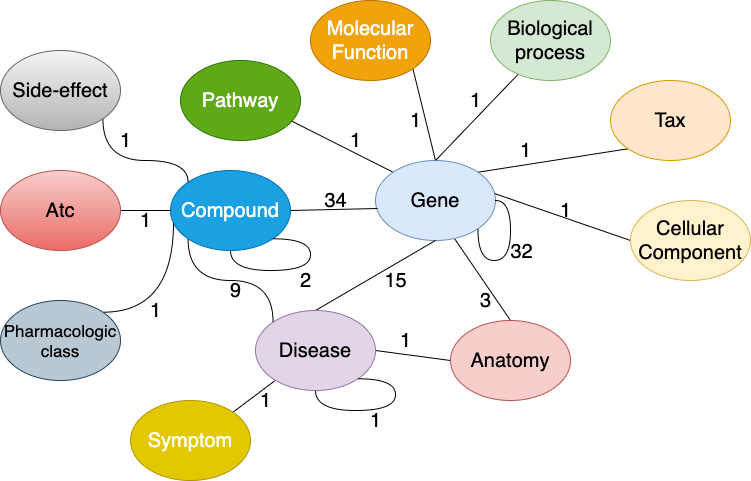
This is connectivity.png from gnn4dr/DRKG, a draw.io export, as it was before one commit. Source tidied: cells renumbered, new cells last; positions are measured from the earlier drawing's top-left corner, leaving out a move shared by most shapes.
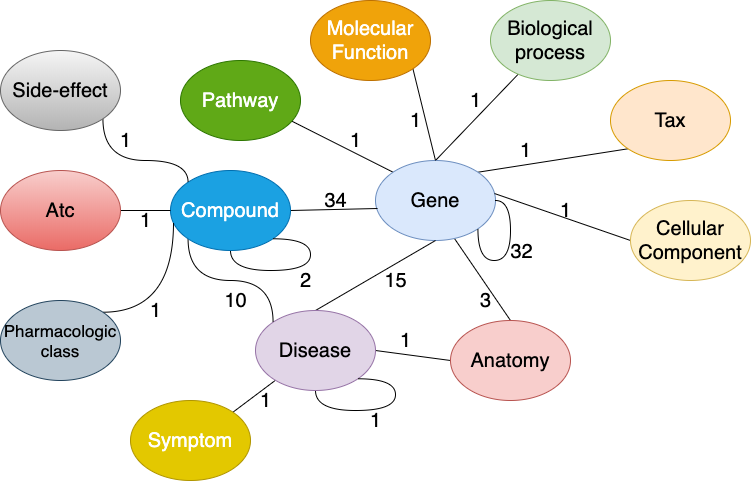
The same diagram one commit later.

What changed in the source:
```diff
@@ -140,8 +140,8 @@
         <mxPoint x="14" y="9" as="offset" />
       </mxGeometry>
     </mxCell>
-    <mxCell id="37" value="9" style="text;html=1;align=center;verticalAlign=middle;fontSize=20;" parent="1" vertex="1">
-      <mxGeometry x="220" y="280" as="geometry">
+    <mxCell id="37" value="10" style="text;html=1;align=center;verticalAlign=middle;fontSize=20;" parent="1" vertex="1">
+      <mxGeometry x="220" y="290" as="geometry">
         <mxPoint x="14" y="9" as="offset" />
       </mxGeometry>
     </mxCell>
```
